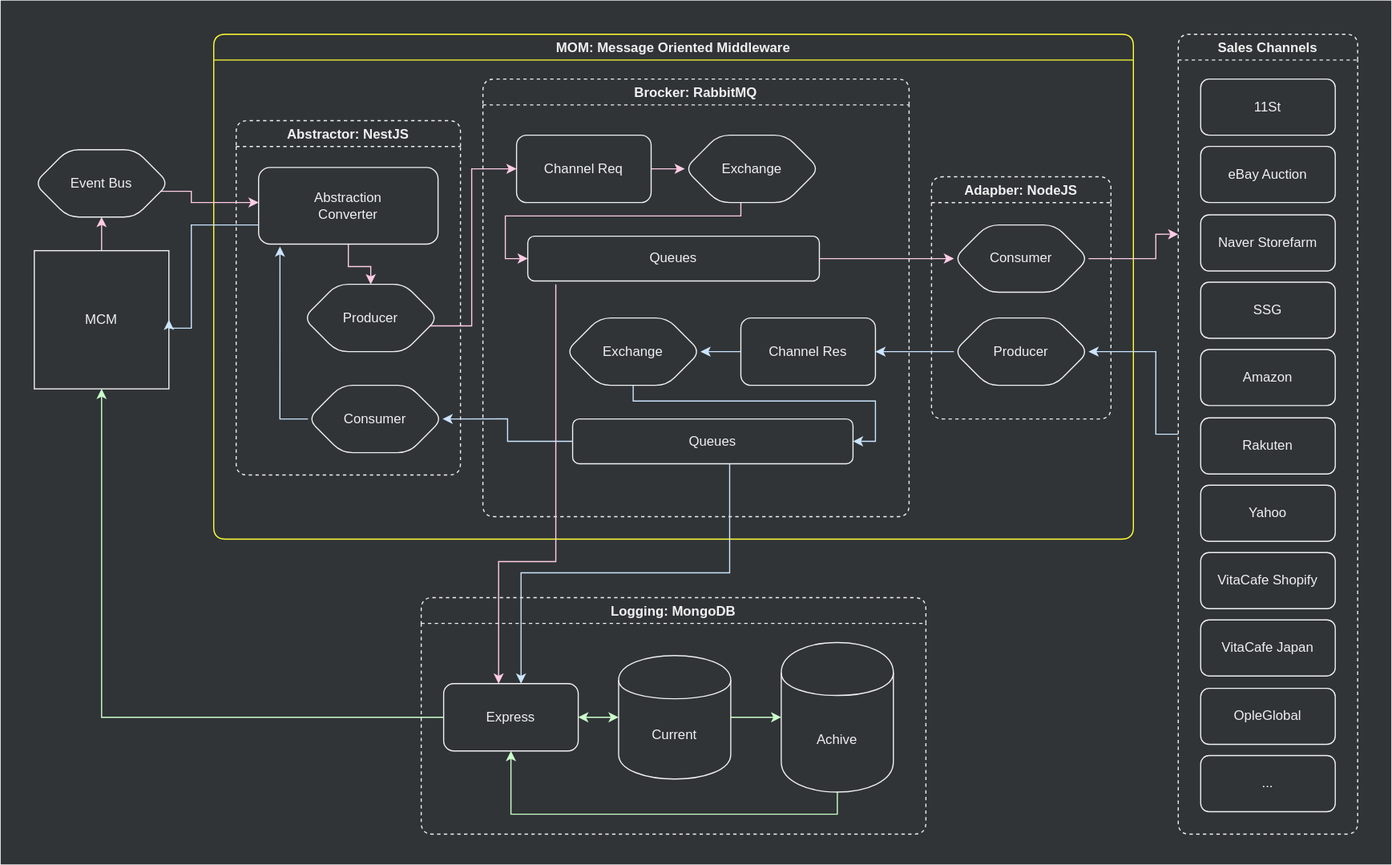
The draw.io diagram assets/.draw.io/documents/mom-structure-diagram.svg in jiholee-ntwglobal/jiholee-ntwglobal.github.io, before a commit. Source tidied: cells renumbered, new cells last; positions are measured from the earlier drawing's top-left corner, leaving out a move shared by most shapes.
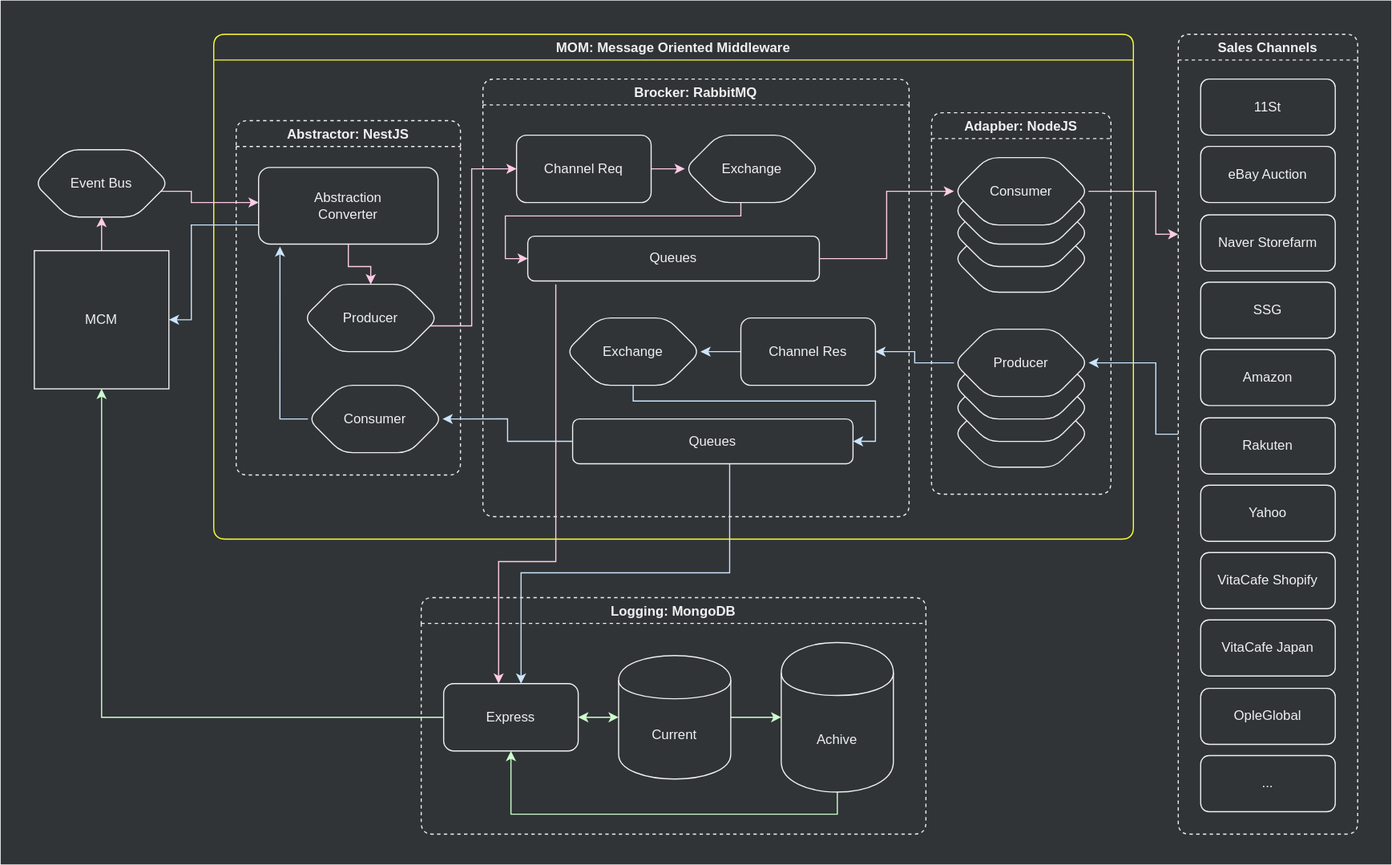
Above is the later version.

Change to the diagram source:
```diff
@@ -73,13 +73,31 @@
       <mxGeometry x="64" y="235.8" width="120" height="60" as="geometry" />
     </mxCell>
     <mxCell id="22" value="Adapber: NodeJS" style="swimlane;rounded=1;fillColor=none;fontColor=#F0F0F0;strokeColor=#F0F0F0;dashed=1;" parent="4" vertex="1">
-      <mxGeometry x="640" y="127.1" width="160" height="215.8" as="geometry" />
+      <mxGeometry x="640" y="70" width="160" height="340" as="geometry" />
     </mxCell>
+    <mxCell id="58" style="shape=hexagon;perimeter=hexagonPerimeter2;whiteSpace=wrap;html=1;rounded=1;fontColor=#F0F0F0;strokeColor=#F0F0F0;fillColor=#303437;" parent="22" vertex="1">
+      <mxGeometry x="20" y="100" width="120" height="60" as="geometry" />
+    </mxCell>
+    <mxCell id="59" style="shape=hexagon;perimeter=hexagonPerimeter2;whiteSpace=wrap;html=1;rounded=1;fontColor=#F0F0F0;strokeColor=#F0F0F0;fillColor=#303437;" parent="22" vertex="1">
+      <mxGeometry x="20" y="77.1" width="120" height="60" as="geometry" />
+    </mxCell>
+    <mxCell id="60" style="shape=hexagon;perimeter=hexagonPerimeter2;whiteSpace=wrap;html=1;rounded=1;fontColor=#F0F0F0;strokeColor=#F0F0F0;fillColor=#303437;" parent="22" vertex="1">
+      <mxGeometry x="20" y="57.1" width="120" height="60" as="geometry" />
+    </mxCell>
+    <mxCell id="61" style="shape=hexagon;perimeter=hexagonPerimeter2;whiteSpace=wrap;html=1;rounded=1;fontColor=#F0F0F0;strokeColor=#F0F0F0;fillColor=#303437;" parent="22" vertex="1">
+      <mxGeometry x="20" y="255.9" width="120" height="60" as="geometry" />
+    </mxCell>
+    <mxCell id="62" style="shape=hexagon;perimeter=hexagonPerimeter2;whiteSpace=wrap;html=1;rounded=1;fontColor=#F0F0F0;strokeColor=#F0F0F0;fillColor=#303437;" parent="22" vertex="1">
+      <mxGeometry x="20" y="232.9" width="120" height="60" as="geometry" />
+    </mxCell>
+    <mxCell id="63" style="shape=hexagon;perimeter=hexagonPerimeter2;whiteSpace=wrap;html=1;rounded=1;fontColor=#F0F0F0;strokeColor=#F0F0F0;fillColor=#303437;" parent="22" vertex="1">
+      <mxGeometry x="20" y="212.9" width="120" height="60" as="geometry" />
+    </mxCell>
-    <mxCell id="23" value="Producer" style="shape=hexagon;perimeter=hexagonPerimeter2;whiteSpace=wrap;html=1;rounded=1;fillColor=none;fontColor=#F0F0F0;strokeColor=#F0F0F0;" parent="22" vertex="1">
-      <mxGeometry x="20" y="125.8" width="120" height="60" as="geometry" />
+    <mxCell id="23" value="Producer" style="shape=hexagon;perimeter=hexagonPerimeter2;whiteSpace=wrap;html=1;rounded=1;fontColor=#F0F0F0;strokeColor=#F0F0F0;fillColor=#303437;" parent="22" vertex="1">
+      <mxGeometry x="20" y="192.9" width="120" height="60" as="geometry" />
     </mxCell>
-    <mxCell id="24" value="Consumer" style="shape=hexagon;perimeter=hexagonPerimeter2;whiteSpace=wrap;html=1;rounded=1;fillColor=none;fontColor=#F0F0F0;strokeColor=#F0F0F0;" parent="22" vertex="1">
-      <mxGeometry x="20" y="42.9" width="120" height="60" as="geometry" />
+    <mxCell id="24" value="Consumer" style="shape=hexagon;perimeter=hexagonPerimeter2;whiteSpace=wrap;html=1;rounded=1;fontColor=#F0F0F0;strokeColor=#F0F0F0;fillColor=#303437;" parent="22" vertex="1">
+      <mxGeometry x="20" y="40" width="120" height="60" as="geometry" />
     </mxCell>
     <mxCell id="25" style="edgeStyle=orthogonalEdgeStyle;rounded=0;jettySize=auto;html=1;entryX=0;entryY=0.5;entryDx=0;entryDy=0;startArrow=none;startFill=0;strokeColor=#FFCCE6;" parent="4" edge="1" source="17" target="9">
       <mxGeometry relative="1" as="geometry">
@@ -145,7 +163,7 @@
       <mxGeometry relative="1" as="geometry">
         <Array as="points">
           <mxPoint x="1030" y="386" />
-          <mxPoint x="1030" y="313" />
+          <mxPoint x="1030" y="323" />
         </Array>
       </mxGeometry>
     </mxCell>
@@ -206,18 +224,18 @@
       <mxGeometry relative="1" as="geometry">
         <Array as="points">
           <mxPoint x="170" y="200" />
-          <mxPoint x="170" y="292" />
-          <mxPoint x="150" y="292" />
+          <mxPoint x="170" y="285" />
+          <mxPoint x="150" y="285" />
         </Array>
       </mxGeometry>
     </mxCell>
     <mxCell id="56" style="edgeStyle=orthogonalEdgeStyle;rounded=0;jettySize=auto;html=1;entryX=0.5;entryY=1;entryDx=0;entryDy=0;startArrow=none;startFill=0;strokeColor=#CCFFCC;" parent="3" edge="1" source="31" target="37">
       <mxGeometry relative="1" as="geometry" />
     </mxCell>
-    <mxCell id="57" style="edgeStyle=orthogonalEdgeStyle;rounded=0;jettySize=auto;html=1;entryX=0;entryY=0.25;entryDx=0;entryDy=0;startArrow=none;startFill=0;strokeColor=#FFCCE6;" parent="3" edge="1" source="24" target="41">
+    <mxCell id="57" style="edgeStyle=orthogonalEdgeStyle;rounded=0;jettySize=auto;html=1;entryX=0;entryY=0.25;entryDx=0;entryDy=0;startArrow=none;startFill=0;strokeColor=#FFCCE6;exitX=1;exitY=0.5;exitDx=0;exitDy=0;" parent="3" edge="1" source="24" target="41">
       <mxGeometry relative="1" as="geometry">
         <Array as="points">
-          <mxPoint x="1030" y="230" />
+          <mxPoint x="1030" y="170" />
           <mxPoint x="1030" y="208" />
         </Array>
       </mxGeometry>
```
